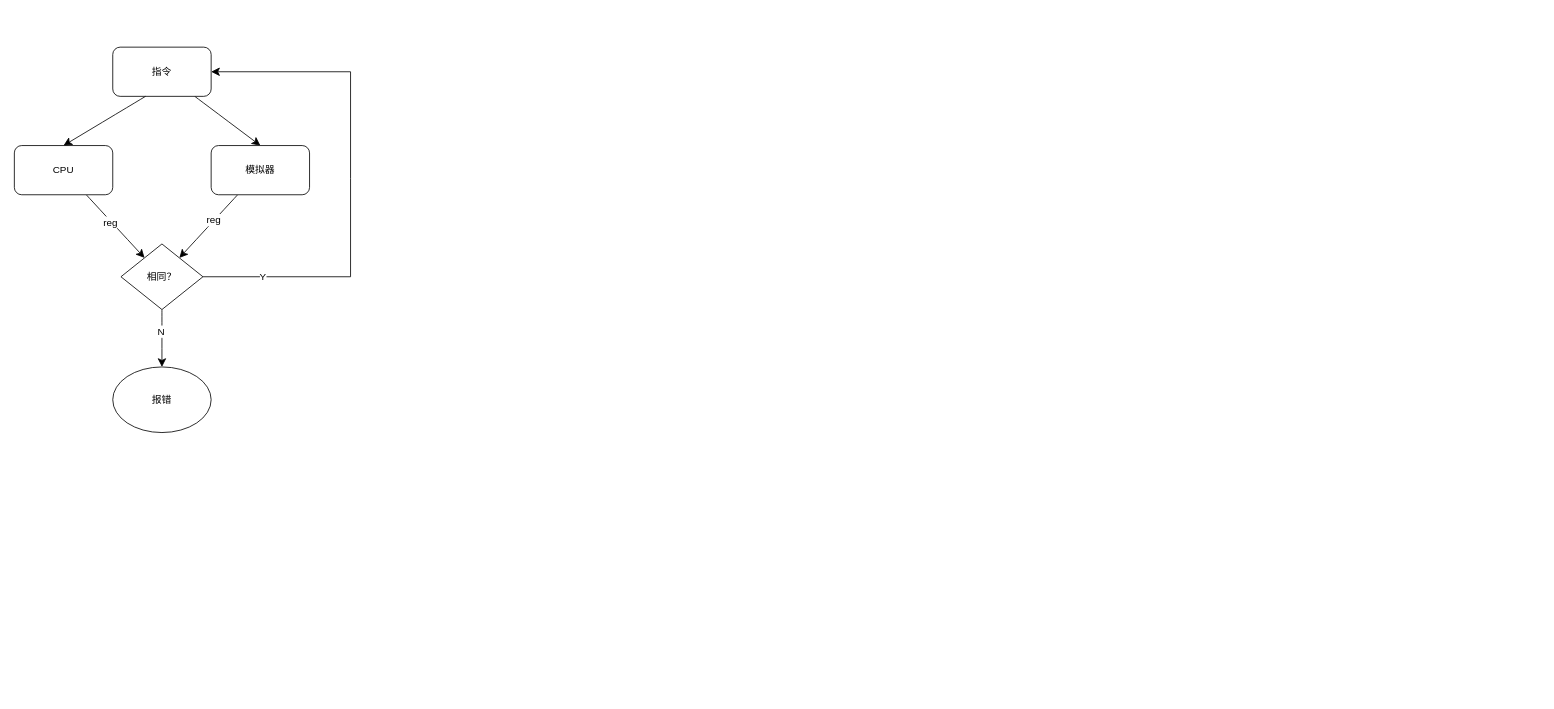
Earlier version of the draw.io diagram page "毕业论文" (8 of 8) of 五级流水.drawio (ZPNMiaoHeng/drawioFolder). Source tidied: cells renumbered, new cells numbered last; positions are measured from the earlier drawing's top-left corner, leaving out a move shared by most shapes. Both pictures are drawn from the tidied source at 82%, with x=0, y=0 at pixel (14, 47).
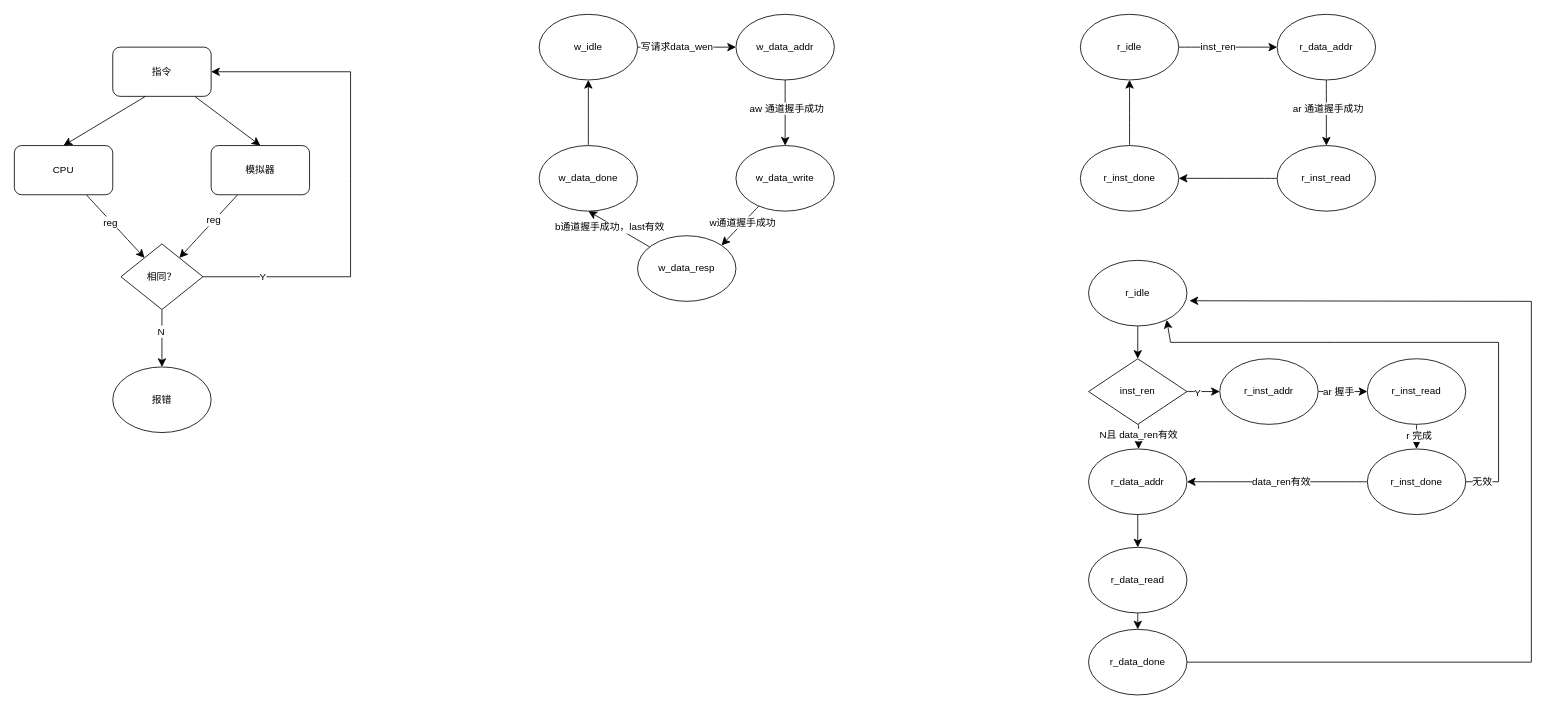
The same page after the edit.

What changed in the source:
```diff
@@
+    <mxCell id="17" style="edgeStyle=none;curved=1;rounded=0;jettySize=auto;html=1;entryX=0;entryY=0.5;entryDx=0;entryDy=0;fontSize=12;startSize=8;endSize=8;" parent="1" edge="1" source="19" target="22">
+      <mxGeometry relative="1" as="geometry" />
+    </mxCell>
+    <mxCell id="18" value="写请求data_wen" style="edgeLabel;html=1;align=center;verticalAlign=middle;fontSize=12;" parent="17" vertex="1">
+      <mxGeometry x="-0.22" y="1" relative="1" as="geometry" />
+    </mxCell>
+    <mxCell id="19" value="w_idle" style="ellipse;whiteSpace=wrap;html=1;" parent="1" vertex="1">
+      <mxGeometry x="640" y="-40" width="120" height="80" as="geometry" />
+    </mxCell>
+    <mxCell id="20" style="edgeStyle=none;curved=1;rounded=0;jettySize=auto;html=1;entryX=0.5;entryY=0;entryDx=0;entryDy=0;fontSize=12;startSize=8;endSize=8;" parent="1" edge="1" source="22" target="25">
+      <mxGeometry relative="1" as="geometry" />
+    </mxCell>
+    <mxCell id="21" value="aw 通道握手成功" style="edgeLabel;html=1;align=center;verticalAlign=middle;fontSize=12;" parent="20" vertex="1">
+      <mxGeometry x="-0.15" y="1" relative="1" as="geometry" />
+    </mxCell>
+    <mxCell id="22" value="w_data_addr" style="ellipse;whiteSpace=wrap;html=1;" parent="1" vertex="1">
+      <mxGeometry x="880" y="-40" width="120" height="80" as="geometry" />
+    </mxCell>
+    <mxCell id="23" style="edgeStyle=none;curved=1;rounded=0;jettySize=auto;html=1;entryX=1;entryY=0;entryDx=0;entryDy=0;fontSize=12;startSize=8;endSize=8;" parent="1" edge="1" source="25" target="28">
+      <mxGeometry relative="1" as="geometry" />
+    </mxCell>
+    <mxCell id="24" value="w通道握手成功" style="edgeLabel;html=1;align=center;verticalAlign=middle;fontSize=12;" parent="23" vertex="1">
+      <mxGeometry x="-0.16" y="-1" relative="1" as="geometry" />
+    </mxCell>
+    <mxCell id="25" value="w_data_write" style="ellipse;whiteSpace=wrap;html=1;" parent="1" vertex="1">
+      <mxGeometry x="880" y="120" width="120" height="80" as="geometry" />
+    </mxCell>
+    <mxCell id="26" style="edgeStyle=none;curved=1;rounded=0;jettySize=auto;html=1;entryX=0.5;entryY=1;entryDx=0;entryDy=0;fontSize=12;startSize=8;endSize=8;" parent="1" edge="1" source="28" target="30">
+      <mxGeometry relative="1" as="geometry" />
+    </mxCell>
+    <mxCell id="27" value="b通道握手成功，last有效" style="edgeLabel;html=1;align=center;verticalAlign=middle;fontSize=12;" parent="26" vertex="1">
+      <mxGeometry x="0.27" y="4" relative="1" as="geometry" />
+    </mxCell>
+    <mxCell id="28" value="w_data_resp" style="ellipse;whiteSpace=wrap;html=1;" parent="1" vertex="1">
+      <mxGeometry x="760" y="230" width="120" height="80" as="geometry" />
+    </mxCell>
+    <mxCell id="29" style="edgeStyle=none;curved=1;rounded=0;jettySize=auto;html=1;entryX=0.5;entryY=1;entryDx=0;entryDy=0;fontSize=12;startSize=8;endSize=8;" parent="1" edge="1" source="30" target="19">
+      <mxGeometry relative="1" as="geometry" />
+    </mxCell>
+    <mxCell id="30" value="w_data_done" style="ellipse;whiteSpace=wrap;html=1;" parent="1" vertex="1">
+      <mxGeometry x="640" y="120" width="120" height="80" as="geometry" />
+    </mxCell>
+    <mxCell id="31" style="edgeStyle=none;curved=1;rounded=0;jettySize=auto;html=1;entryX=0;entryY=0.5;entryDx=0;entryDy=0;fontSize=12;startSize=8;endSize=8;" parent="1" edge="1" source="33" target="36">
+      <mxGeometry relative="1" as="geometry" />
+    </mxCell>
+    <mxCell id="32" value="inst_ren" style="edgeLabel;html=1;align=center;verticalAlign=middle;fontSize=12;" parent="31" vertex="1">
+      <mxGeometry x="-0.22" y="1" relative="1" as="geometry" />
+    </mxCell>
+    <mxCell id="33" value="r&lt;span style=&quot;background-color: initial;&quot;&gt;_idle&lt;/span&gt;" style="ellipse;whiteSpace=wrap;html=1;" parent="1" vertex="1">
+      <mxGeometry x="1300" y="-40" width="120" height="80" as="geometry" />
+    </mxCell>
+    <mxCell id="34" style="edgeStyle=none;curved=1;rounded=0;jettySize=auto;html=1;entryX=0.5;entryY=0;entryDx=0;entryDy=0;fontSize=12;startSize=8;endSize=8;" parent="1" edge="1" source="36" target="38">
+      <mxGeometry relative="1" as="geometry" />
+    </mxCell>
+    <mxCell id="35" value="ar 通道握手成功" style="edgeLabel;html=1;align=center;verticalAlign=middle;fontSize=12;" parent="34" vertex="1">
+      <mxGeometry x="-0.15" y="1" relative="1" as="geometry" />
+    </mxCell>
+    <mxCell id="36" value="r_data_addr" style="ellipse;whiteSpace=wrap;html=1;" parent="1" vertex="1">
+      <mxGeometry x="1540" y="-40" width="120" height="80" as="geometry" />
+    </mxCell>
+    <mxCell id="37" style="edgeStyle=none;curved=1;rounded=0;jettySize=auto;html=1;entryX=1;entryY=0.5;entryDx=0;entryDy=0;fontSize=12;startSize=8;endSize=8;" parent="1" edge="1" source="38" target="40">
+      <mxGeometry relative="1" as="geometry" />
+    </mxCell>
+    <mxCell id="38" value="r_inst_read" style="ellipse;whiteSpace=wrap;html=1;" parent="1" vertex="1">
+      <mxGeometry x="1540" y="120" width="120" height="80" as="geometry" />
+    </mxCell>
+    <mxCell id="39" style="edgeStyle=none;curved=1;rounded=0;jettySize=auto;html=1;entryX=0.5;entryY=1;entryDx=0;entryDy=0;fontSize=12;startSize=8;endSize=8;" parent="1" edge="1" source="40" target="33">
+      <mxGeometry relative="1" as="geometry" />
+    </mxCell>
+    <mxCell id="40" value="r_inst_done" style="ellipse;whiteSpace=wrap;html=1;" parent="1" vertex="1">
+      <mxGeometry x="1300" y="120" width="120" height="80" as="geometry" />
+    </mxCell>
+    <mxCell id="41" style="edgeStyle=none;curved=1;rounded=0;jettySize=auto;html=1;entryX=0.5;entryY=0;entryDx=0;entryDy=0;fontSize=12;startSize=8;endSize=8;" parent="1" edge="1" source="42" target="47">
+      <mxGeometry relative="1" as="geometry" />
+    </mxCell>
+    <mxCell id="42" value="r&lt;span style=&quot;background-color: initial;&quot;&gt;_idle&lt;/span&gt;" style="ellipse;whiteSpace=wrap;html=1;" parent="1" vertex="1">
+      <mxGeometry x="1310" y="260" width="120" height="80" as="geometry" />
+    </mxCell>
+    <mxCell id="43" style="edgeStyle=none;curved=1;rounded=0;orthogonalLoop=1;jettySize=auto;html=1;entryX=0.5;entryY=0;entryDx=0;entryDy=0;fontSize=12;startSize=8;endSize=8;" parent="1" edge="1">
+      <mxGeometry relative="1" as="geometry">
+        <mxPoint x="1371" y="460" as="sourcePoint" />
+        <mxPoint x="1371" y="490" as="targetPoint" />
+      </mxGeometry>
+    </mxCell>
+    <mxCell id="44" value="N且 data_ren有效" style="edgeLabel;html=1;align=center;verticalAlign=middle;fontSize=12;" parent="43" vertex="1">
+      <mxGeometry x="-0.18" y="-1" relative="1" as="geometry" />
+    </mxCell>
+    <mxCell id="45" style="edgeStyle=none;curved=1;rounded=0;jettySize=auto;html=1;entryX=0;entryY=0.5;entryDx=0;entryDy=0;fontSize=12;startSize=8;endSize=8;" parent="1" edge="1" source="47" target="50">
+      <mxGeometry relative="1" as="geometry" />
+    </mxCell>
+    <mxCell id="46" value="Y" style="edgeLabel;html=1;align=center;verticalAlign=middle;fontSize=12;" parent="45" vertex="1">
+      <mxGeometry x="-0.39" y="-2" relative="1" as="geometry">
+        <mxPoint y="-1" as="offset" />
+      </mxGeometry>
+    </mxCell>
+    <mxCell id="47" value="inst_ren" style="rhombus;whiteSpace=wrap;html=1;" parent="1" vertex="1">
+      <mxGeometry x="1310" y="380" width="120" height="80" as="geometry" />
+    </mxCell>
+    <mxCell id="48" style="edgeStyle=none;curved=1;rounded=0;jettySize=auto;html=1;entryX=0;entryY=0.5;entryDx=0;entryDy=0;fontSize=12;startSize=8;endSize=8;" parent="1" edge="1" source="50" target="53">
+      <mxGeometry relative="1" as="geometry" />
+    </mxCell>
+    <mxCell id="49" value="ar 握手" style="edgeLabel;html=1;align=center;verticalAlign=middle;fontSize=12;" parent="48" vertex="1">
+      <mxGeometry x="-0.21" relative="1" as="geometry" />
+    </mxCell>
+    <mxCell id="50" value="r_inst_addr" style="ellipse;whiteSpace=wrap;html=1;" parent="1" vertex="1">
+      <mxGeometry x="1470" y="380" width="120" height="80" as="geometry" />
+    </mxCell>
+    <mxCell id="51" style="edgeStyle=none;curved=1;rounded=0;jettySize=auto;html=1;fontSize=12;startSize=8;endSize=8;" parent="1" edge="1" source="53" target="58">
+      <mxGeometry relative="1" as="geometry" />
+    </mxCell>
+    <mxCell id="52" value="r 完成" style="edgeLabel;html=1;align=center;verticalAlign=middle;fontSize=12;" parent="51" vertex="1">
+      <mxGeometry x="-0.16" y="2" relative="1" as="geometry" />
+    </mxCell>
+    <mxCell id="53" value="r_inst_read" style="ellipse;whiteSpace=wrap;html=1;" parent="1" vertex="1">
+      <mxGeometry x="1650" y="380" width="120" height="80" as="geometry" />
+    </mxCell>
+    <mxCell id="54" style="edgeStyle=none;curved=1;rounded=0;jettySize=auto;html=1;entryX=1;entryY=0.5;entryDx=0;entryDy=0;fontSize=12;startSize=8;endSize=8;" parent="1" edge="1" source="58">
+      <mxGeometry relative="1" as="geometry">
+        <mxPoint x="1430" y="530" as="targetPoint" />
+      </mxGeometry>
+    </mxCell>
+    <mxCell id="55" value="data_ren有效" style="edgeLabel;html=1;align=center;verticalAlign=middle;fontSize=12;" parent="54" vertex="1">
+      <mxGeometry x="-0.04" relative="1" as="geometry" />
+    </mxCell>
+    <mxCell id="56" style="edgeStyle=none;curved=0;rounded=0;jettySize=auto;html=1;fontSize=12;startSize=8;endSize=8;entryX=0.794;entryY=0.908;entryDx=0;entryDy=0;entryPerimeter=0;" parent="1" edge="1" source="58" target="42">
+      <mxGeometry relative="1" as="geometry">
+        <Array as="points">
+          <mxPoint x="1810" y="530" />
+          <mxPoint x="1810" y="360" />
+          <mxPoint x="1610" y="360" />
+          <mxPoint x="1410" y="360" />
+        </Array>
+      </mxGeometry>
+    </mxCell>
+    <mxCell id="57" value="无效" style="edgeLabel;html=1;align=center;verticalAlign=middle;fontSize=12;" parent="56" vertex="1">
+      <mxGeometry x="-0.94" relative="1" as="geometry" />
+    </mxCell>
+    <mxCell id="58" value="r_inst_done" style="ellipse;whiteSpace=wrap;html=1;" parent="1" vertex="1">
+      <mxGeometry x="1650" y="490" width="120" height="80" as="geometry" />
+    </mxCell>
+    <mxCell id="59" style="edgeStyle=none;curved=1;rounded=0;jettySize=auto;html=1;entryX=0.5;entryY=0;entryDx=0;entryDy=0;fontSize=12;startSize=8;endSize=8;" parent="1" edge="1" source="60" target="62">
+      <mxGeometry relative="1" as="geometry" />
+    </mxCell>
+    <mxCell id="60" value="r_data_addr" style="ellipse;whiteSpace=wrap;html=1;" parent="1" vertex="1">
+      <mxGeometry x="1310" y="490" width="120" height="80" as="geometry" />
+    </mxCell>
+    <mxCell id="61" style="edgeStyle=none;curved=1;rounded=0;jettySize=auto;html=1;fontSize=12;startSize=8;endSize=8;" parent="1" edge="1" source="62" target="63">
+      <mxGeometry relative="1" as="geometry" />
+    </mxCell>
+    <mxCell id="62" value="r_data_read" style="ellipse;whiteSpace=wrap;html=1;" parent="1" vertex="1">
+      <mxGeometry x="1310" y="610" width="120" height="80" as="geometry" />
+    </mxCell>
+    <mxCell id="63" value="r_data_done" style="ellipse;whiteSpace=wrap;html=1;" parent="1" vertex="1">
+      <mxGeometry x="1310" y="710" width="120" height="80" as="geometry" />
+    </mxCell>
+    <mxCell id="64" style="edgeStyle=none;curved=0;rounded=0;jettySize=auto;html=1;entryX=1.026;entryY=0.616;entryDx=0;entryDy=0;entryPerimeter=0;fontSize=12;startSize=8;endSize=8;" parent="1" edge="1" source="63" target="42">
+      <mxGeometry relative="1" as="geometry">
+        <Array as="points">
+          <mxPoint x="1850" y="750" />
+          <mxPoint x="1850" y="310" />
+        </Array>
+      </mxGeometry>
+    </mxCell>
```
